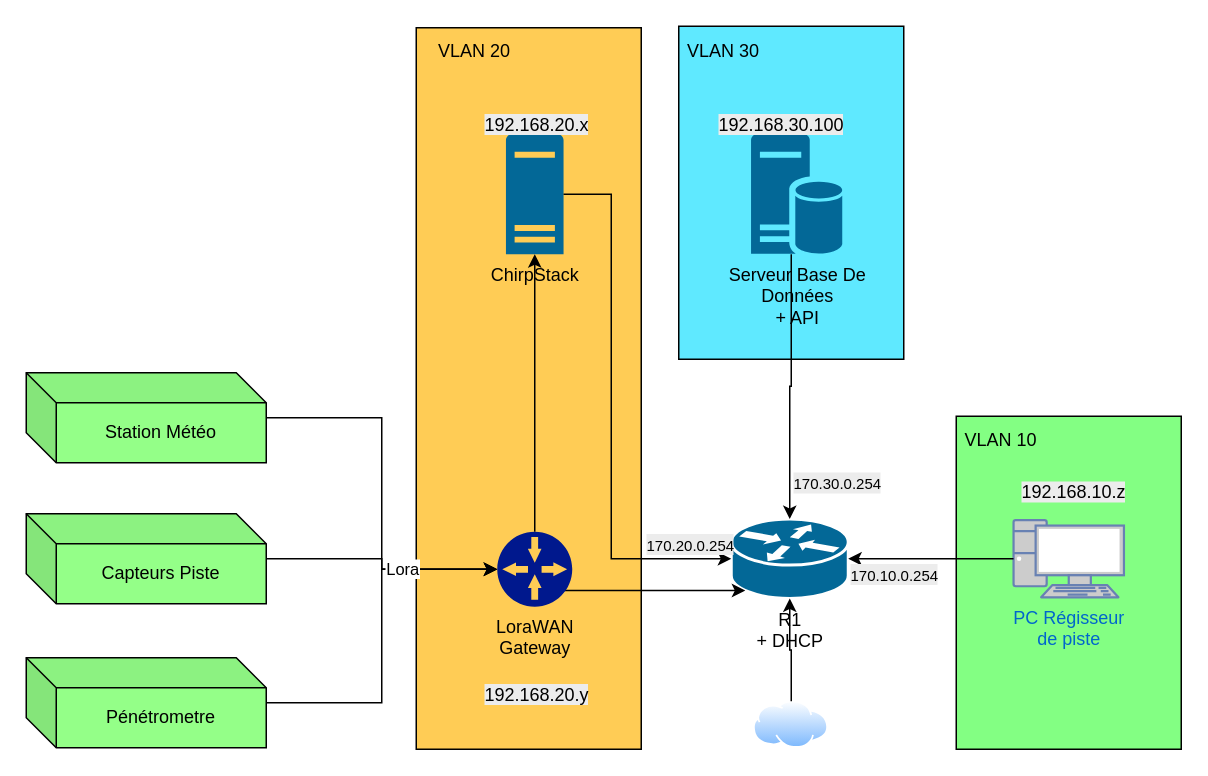
The draw.io diagram documentation/Schéma_Réseau/SchemaReseauSysteme.drawio in ToGen49/Hippodrome, before the edit. Source tidied: cells renumbered, new cells numbered last; positions are measured from the earlier drawing's top-left corner, leaving out a move shared by most shapes. Both pictures are drawn from the tidied source at 150%, with x=0, y=0 at pixel (26, 26).
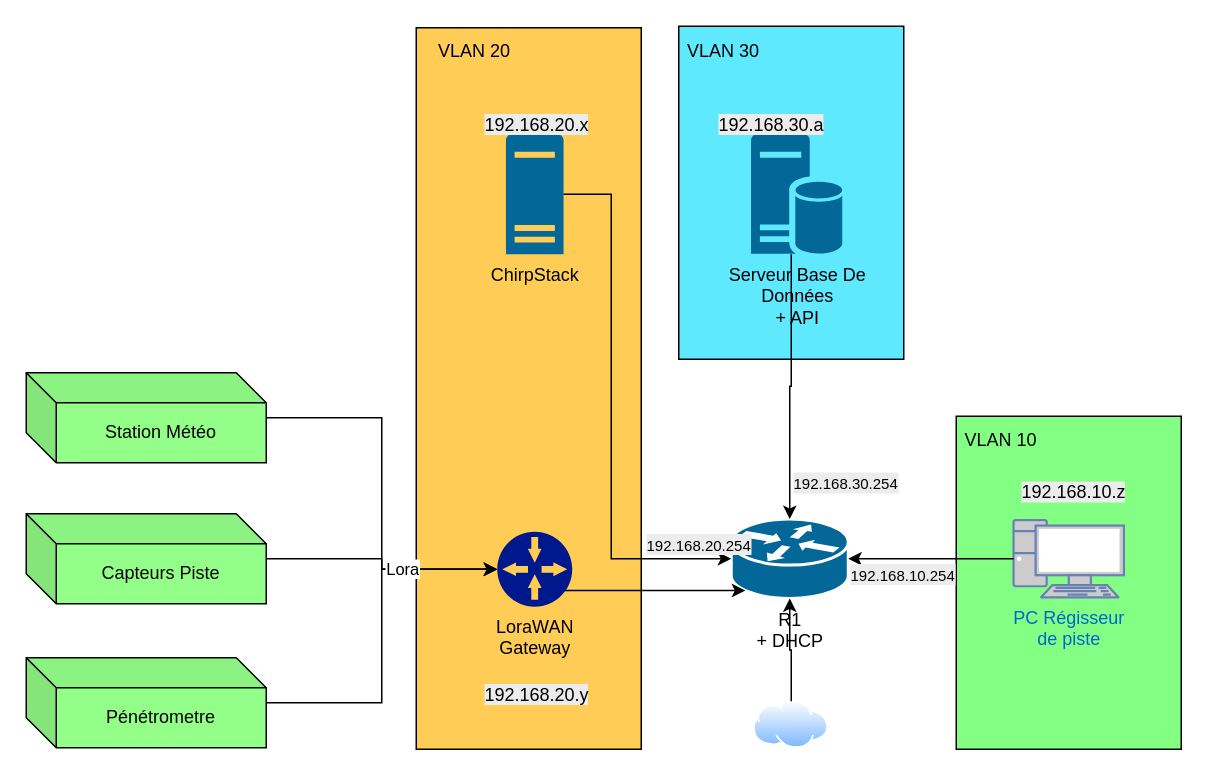
The same page after the edit.

Commit message:
Mettre à jour SchemaReseauSysteme.drawio

Unchanged cells that the change refers to:
```xml
<mxCell id="9" value="ChirpStack" style="sketch=0;shadow=0;dashed=0;html=1;strokeColor=none;labelPosition=center;verticalLabelPosition=bottom;verticalAlign=top;align=center;fillColor=#036897;shape=mxgraph.mscae.enterprise.server_generic;" parent="1" vertex="1">
  <mxGeometry x="319.8" y="72" width="38.4" height="80" as="geometry" />
</mxCell>
<mxCell id="27" value="LoraWAN&lt;br&gt;Gateway" style="sketch=0;shadow=0;dashed=0;html=1;strokeColor=none;labelPosition=center;verticalLabelPosition=bottom;verticalAlign=top;align=center;fillColor=#00188D;shape=mxgraph.mscae.enterprise.gateway;" parent="1" vertex="1">
  <mxGeometry x="314" y="337" width="50" height="50" as="geometry" />
</mxCell>
```

The edit, as a diff of the source:
```diff
@@
-    <mxCell id="10" style="edgeStyle=orthogonalEdgeStyle;rounded=0;jettySize=auto;html=1;entryX=0.5;entryY=1;entryDx=0;entryDy=0;entryPerimeter=0;shadow=0;exitX=0.5;exitY=0;exitDx=0;exitDy=0;exitPerimeter=0;" parent="1" edge="1" source="27" target="9">
-      <mxGeometry relative="1" as="geometry" />
-    </mxCell>
@@
-    <mxCell id="16" value="&lt;span style=&quot;color: rgb(0, 0, 0); font-family: Helvetica; font-size: 12px; font-style: normal; font-variant-ligatures: normal; font-variant-caps: normal; font-weight: 400; letter-spacing: normal; text-align: center; text-indent: 0px; text-transform: none; word-spacing: 0px; -webkit-text-stroke-width: 0px; white-space: nowrap; background-color: rgb(236, 236, 236); text-decoration-thickness: initial; text-decoration-style: initial; text-decoration-color: initial; float: none; display: inline !important;&quot;&gt;192.168.30.100&lt;/span&gt;" style="text;whiteSpace=wrap;html=1;" parent="1" vertex="1">
+    <mxCell id="16" value="&lt;span style=&quot;color: rgb(0, 0, 0); font-family: Helvetica; font-size: 12px; font-style: normal; font-variant-ligatures: normal; font-variant-caps: normal; font-weight: 400; letter-spacing: normal; text-align: center; text-indent: 0px; text-transform: none; word-spacing: 0px; -webkit-text-stroke-width: 0px; white-space: nowrap; background-color: rgb(236, 236, 236); text-decoration-thickness: initial; text-decoration-style: initial; text-decoration-color: initial; float: none; display: inline !important;&quot;&gt;192.168.30.a&lt;/span&gt;" style="text;whiteSpace=wrap;html=1;" parent="1" vertex="1">
       <mxGeometry x="460" y="52" width="70" height="20" as="geometry" />
     </mxCell>
@@
-    <mxCell id="23" value="&lt;span style=&quot;color: rgb(0, 0, 0); font-family: Helvetica; font-style: normal; font-variant-ligatures: normal; font-variant-caps: normal; font-weight: 400; letter-spacing: normal; orphans: 2; text-align: center; text-indent: 0px; text-transform: none; widows: 2; word-spacing: 0px; -webkit-text-stroke-width: 0px; white-space: nowrap; background-color: rgb(236, 236, 236); text-decoration-thickness: initial; text-decoration-style: initial; text-decoration-color: initial; float: none; display: inline !important;&quot;&gt;&lt;font style=&quot;font-size: 10px;&quot;&gt;170.10.0.254&lt;/font&gt;&lt;/span&gt;" style="text;whiteSpace=wrap;html=1;" parent="1" vertex="1">
+    <mxCell id="23" value="&lt;span style=&quot;color: rgb(0, 0, 0); font-family: Helvetica; font-style: normal; font-variant-ligatures: normal; font-variant-caps: normal; font-weight: 400; letter-spacing: normal; text-align: center; text-indent: 0px; text-transform: none; word-spacing: 0px; -webkit-text-stroke-width: 0px; white-space: nowrap; background-color: rgb(236, 236, 236); text-decoration-thickness: initial; text-decoration-style: initial; text-decoration-color: initial; float: none; display: inline !important;&quot;&gt;&lt;font style=&quot;font-size: 10px;&quot;&gt;192.168.10.254&lt;/font&gt;&lt;/span&gt;" style="text;whiteSpace=wrap;html=1;" parent="1" vertex="1">
       <mxGeometry x="548" y="352" width="62" height="20" as="geometry" />
     </mxCell>
-    <mxCell id="24" value="&lt;span style=&quot;color: rgb(0, 0, 0); font-family: Helvetica; font-style: normal; font-variant-ligatures: normal; font-variant-caps: normal; font-weight: 400; letter-spacing: normal; orphans: 2; text-align: center; text-indent: 0px; text-transform: none; widows: 2; word-spacing: 0px; -webkit-text-stroke-width: 0px; white-space: nowrap; background-color: rgb(236, 236, 236); text-decoration-thickness: initial; text-decoration-style: initial; text-decoration-color: initial; float: none; display: inline !important;&quot;&gt;&lt;font style=&quot;font-size: 10px;&quot;&gt;170.30.0.254&lt;/font&gt;&lt;/span&gt;" style="text;whiteSpace=wrap;html=1;" parent="1" vertex="1">
+    <mxCell id="24" value="&lt;span style=&quot;color: rgb(0, 0, 0); font-family: Helvetica; font-style: normal; font-variant-ligatures: normal; font-variant-caps: normal; font-weight: 400; letter-spacing: normal; text-align: center; text-indent: 0px; text-transform: none; word-spacing: 0px; -webkit-text-stroke-width: 0px; white-space: nowrap; background-color: rgb(236, 236, 236); text-decoration-thickness: initial; text-decoration-style: initial; text-decoration-color: initial; float: none; display: inline !important;&quot;&gt;&lt;font style=&quot;font-size: 10px;&quot;&gt;192.168.30.254&lt;/font&gt;&lt;/span&gt;" style="text;whiteSpace=wrap;html=1;" parent="1" vertex="1">
       <mxGeometry x="510" y="291" width="62" height="20" as="geometry" />
     </mxCell>
-    <mxCell id="25" value="&lt;span style=&quot;color: rgb(0, 0, 0); font-family: Helvetica; font-style: normal; font-variant-ligatures: normal; font-variant-caps: normal; font-weight: 400; letter-spacing: normal; orphans: 2; text-align: center; text-indent: 0px; text-transform: none; widows: 2; word-spacing: 0px; -webkit-text-stroke-width: 0px; white-space: nowrap; background-color: rgb(236, 236, 236); text-decoration-thickness: initial; text-decoration-style: initial; text-decoration-color: initial; float: none; display: inline !important;&quot;&gt;&lt;font style=&quot;font-size: 10px;&quot;&gt;170.20.0.254&lt;/font&gt;&lt;/span&gt;" style="text;whiteSpace=wrap;html=1;" parent="1" vertex="1">
+    <mxCell id="25" value="&lt;span style=&quot;color: rgb(0, 0, 0); font-family: Helvetica; font-style: normal; font-variant-ligatures: normal; font-variant-caps: normal; font-weight: 400; letter-spacing: normal; text-align: center; text-indent: 0px; text-transform: none; word-spacing: 0px; -webkit-text-stroke-width: 0px; white-space: nowrap; background-color: rgb(236, 236, 236); text-decoration-thickness: initial; text-decoration-style: initial; text-decoration-color: initial; float: none; display: inline !important;&quot;&gt;&lt;font style=&quot;font-size: 10px;&quot;&gt;192.168.20.254&lt;/font&gt;&lt;/span&gt;" style="text;whiteSpace=wrap;html=1;" parent="1" vertex="1">
       <mxGeometry x="412" y="332" width="62" height="20" as="geometry" />
     </mxCell>
```
